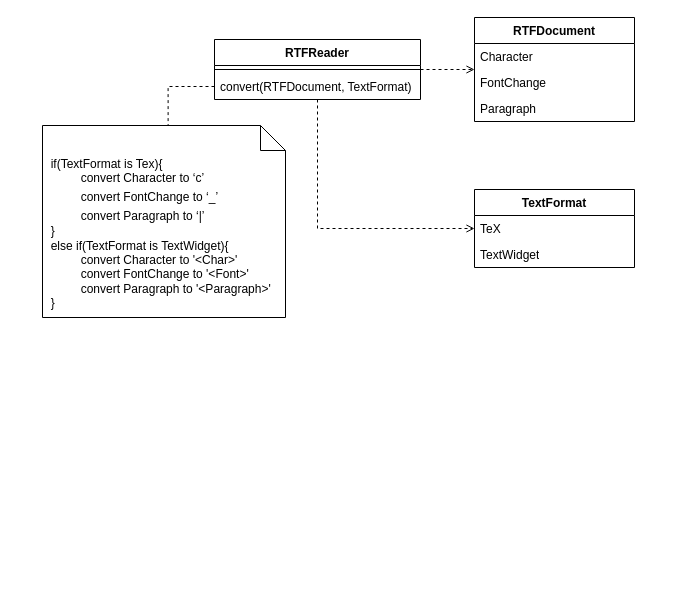
The draw.io diagram page "initialDesign" (1 of 2) of HW2 RTFConverter.drawio in Janette-Hua/111-1-Software-Engineering-Design, before the edit. Source tidied: cells renumbered, new cells numbered last; positions are measured from the earlier drawing's top-left corner, leaving out a move shared by most shapes. Both pictures are drawn from the tidied source at 100%, with x=0, y=0 at pixel (42, 17).
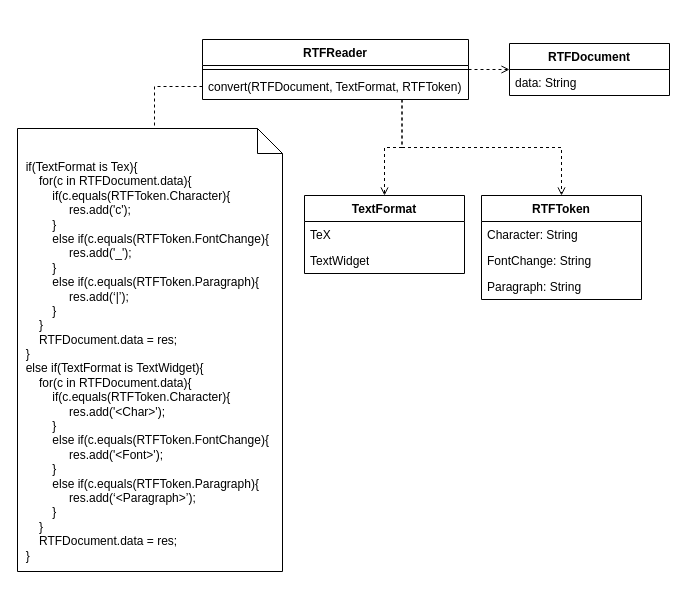
After the change.

Change to the diagram source:
```diff
@@
 <mxGraphModel>
   <root>
     <mxCell id="0" />
     <mxCell id="1" parent="0" />
     <mxCell id="2" style="edgeStyle=orthogonalEdgeStyle;rounded=0;jettySize=auto;html=1;exitX=1;exitY=0.5;exitDx=0;exitDy=0;entryX=0;entryY=0.5;entryDx=0;entryDy=0;dashed=1;endArrow=open;endFill=0;" parent="1" edge="1" source="5" target="8">
       <mxGeometry relative="1" as="geometry" />
     </mxCell>
-    <mxCell id="3" style="edgeStyle=orthogonalEdgeStyle;rounded=0;jettySize=auto;html=1;exitX=0.5;exitY=1;exitDx=0;exitDy=0;entryX=0;entryY=0.5;entryDx=0;entryDy=0;dashed=1;endArrow=open;endFill=0;" parent="1" edge="1" source="5" target="12">
-      <mxGeometry relative="1" as="geometry" />
-    </mxCell>
-    <mxCell id="4" style="edgeStyle=orthogonalEdgeStyle;rounded=0;jettySize=auto;html=1;exitX=0;exitY=0.5;exitDx=0;exitDy=0;dashed=1;endArrow=none;endFill=0;entryX=0.517;entryY=0.023;entryDx=0;entryDy=0;entryPerimeter=0;" parent="1" edge="1" source="7" target="15">
+    <mxCell id="4" style="edgeStyle=orthogonalEdgeStyle;rounded=0;jettySize=auto;html=1;exitX=0;exitY=0.5;exitDx=0;exitDy=0;dashed=1;endArrow=none;endFill=0;entryX=0.517;entryY=0.023;entryDx=0;entryDy=0;entryPerimeter=0;" parent="1" edge="1" source="22" target="15">
       <mxGeometry relative="1" as="geometry" />
     </mxCell>
-    <mxCell id="5" value="RTFReader" style="swimlane;fontStyle=1;align=center;verticalAlign=top;horizontal=1;startSize=26;whiteSpace=wrap;html=1;" parent="1" vertex="1">
-      <mxGeometry x="172" y="22" width="206" height="60" as="geometry" />
-    </mxCell>
-    <mxCell id="6" style="line;strokeWidth=1;fillColor=none;align=left;verticalAlign=middle;spacingTop=-1;spacingLeft=3;spacingRight=3;labelPosition=right;strokeColor=inherit;" parent="5" vertex="1">
-      <mxGeometry y="26" width="206" height="8" as="geometry" />
-    </mxCell>
-    <mxCell id="7" value="convert(RTFDocument, TextFormat)" style="text;strokeColor=none;fillColor=none;align=left;verticalAlign=top;spacingLeft=4;spacingRight=4;overflow=hidden;points=[[0,0.5],[1,0.5]];portConstraint=eastwest;whiteSpace=wrap;html=1;" parent="5" vertex="1">
-      <mxGeometry y="34" width="206" height="26" as="geometry" />
-    </mxCell>
     <mxCell id="8" value="RTFDocument" style="swimlane;fontStyle=1;align=center;verticalAlign=top;horizontal=1;startSize=26;whiteSpace=wrap;html=1;" parent="1" vertex="1">
-      <mxGeometry x="432" width="160" height="104" as="geometry" />
+      <mxGeometry x="467" y="26" width="160" height="52" as="geometry" />
     </mxCell>
-    <mxCell id="9" value="Character" style="text;strokeColor=none;fillColor=none;align=left;verticalAlign=top;spacingLeft=4;spacingRight=4;overflow=hidden;whiteSpace=wrap;html=1;" parent="8" vertex="1">
+    <mxCell id="9" value="data: String" style="text;strokeColor=none;fillColor=none;align=left;verticalAlign=top;spacingLeft=4;spacingRight=4;overflow=hidden;whiteSpace=wrap;html=1;" parent="8" vertex="1">
       <mxGeometry y="26" width="160" height="26" as="geometry" />
     </mxCell>
-    <mxCell id="10" value="FontChange" style="text;strokeColor=none;fillColor=none;align=left;verticalAlign=top;spacingLeft=4;spacingRight=4;overflow=hidden;whiteSpace=wrap;html=1;" parent="8" vertex="1">
-      <mxGeometry y="52" width="160" height="26" as="geometry" />
-    </mxCell>
-    <mxCell id="11" value="Paragraph" style="text;strokeColor=none;fillColor=none;align=left;verticalAlign=top;spacingLeft=4;spacingRight=4;overflow=hidden;whiteSpace=wrap;html=1;" parent="8" vertex="1">
-      <mxGeometry y="78" width="160" height="26" as="geometry" />
-    </mxCell>
     <mxCell id="12" value="TextFormat" style="swimlane;fontStyle=1;align=center;verticalAlign=top;horizontal=1;startSize=26;whiteSpace=wrap;html=1;" parent="1" vertex="1">
-      <mxGeometry x="432" y="172" width="160" height="78" as="geometry" />
+      <mxGeometry x="262" y="178" width="160" height="78" as="geometry" />
     </mxCell>
     <mxCell id="13" value="TeX" style="text;strokeColor=none;fillColor=none;align=left;verticalAlign=top;spacingLeft=4;spacingRight=4;overflow=hidden;whiteSpace=wrap;html=1;" parent="12" vertex="1">
       <mxGeometry y="26" width="160" height="26" as="geometry" />
     </mxCell>
     <mxCell id="14" value="TextWidget" style="text;strokeColor=none;fillColor=none;align=left;verticalAlign=top;spacingLeft=4;spacingRight=4;overflow=hidden;whiteSpace=wrap;html=1;" parent="12" vertex="1">
       <mxGeometry y="52" width="160" height="26" as="geometry" />
     </mxCell>
-    <mxCell id="15" value="&amp;nbsp; if(TextFormat is Tex){&lt;br&gt;&amp;nbsp; &amp;nbsp; &amp;nbsp; &amp;nbsp; &amp;nbsp; &amp;nbsp;convert Character&amp;nbsp;to ‘c’&lt;br&gt;&lt;span style=&quot;font-size: medium;&quot;&gt;&lt;/span&gt;&amp;nbsp; &amp;nbsp; &amp;nbsp; &amp;nbsp; &amp;nbsp; &amp;nbsp;convert FontChange&amp;nbsp;to ‘_’&lt;br&gt;&lt;span style=&quot;font-size: medium;&quot;&gt;&lt;/span&gt;&amp;nbsp; &amp;nbsp; &amp;nbsp; &amp;nbsp; &amp;nbsp; &amp;nbsp;convert Paragraph&amp;nbsp;to ‘|’&lt;span style=&quot;font-size: medium;&quot;&gt;&lt;/span&gt;&lt;br&gt;&lt;div style=&quot;&quot;&gt;&amp;nbsp; }&lt;/div&gt;&lt;div style=&quot;&quot;&gt;&amp;nbsp; else if(TextFormat is TextWidget){&lt;/div&gt;&lt;div style=&quot;&quot;&gt;&amp;nbsp; &amp;nbsp; &amp;nbsp; &amp;nbsp; &amp;nbsp; &amp;nbsp;convert Character&amp;nbsp;to '&amp;lt;Char&amp;gt;'&lt;/div&gt;&amp;nbsp; &amp;nbsp; &amp;nbsp; &amp;nbsp; &amp;nbsp; &amp;nbsp;convert FontChange&amp;nbsp;to '&amp;lt;Font&amp;gt;'&lt;br&gt;&amp;nbsp; &amp;nbsp; &amp;nbsp; &amp;nbsp; &amp;nbsp; &amp;nbsp;convert Paragraph&amp;nbsp;to '&amp;lt;Paragraph&amp;gt;'&lt;br&gt;&lt;span style=&quot;font-size: medium;&quot;&gt;&lt;/span&gt;&lt;div style=&quot;&quot;&gt;&amp;nbsp; }&lt;/div&gt;" style="shape=note2;boundedLbl=1;whiteSpace=wrap;html=1;size=25;verticalAlign=top;align=left;" parent="1" vertex="1">
-      <mxGeometry y="108" width="243" height="192" as="geometry" />
+    <mxCell id="15" value="&amp;nbsp; if(TextFormat is Tex){&lt;br&gt;&amp;nbsp; &amp;nbsp; &amp;nbsp;&amp;nbsp;for(c in RTFDocument.data){&lt;br style=&quot;border-color: var(--border-color);&quot;&gt;&amp;nbsp; &amp;nbsp; &amp;nbsp; &amp;nbsp; &amp;nbsp; if(c.equals(RTFToken.Character){&lt;br style=&quot;border-color: var(--border-color);&quot;&gt;&amp;nbsp; &amp;nbsp; &amp;nbsp; &amp;nbsp; &amp;nbsp; &amp;nbsp; &amp;nbsp; &amp;nbsp;res.add('c');&lt;br style=&quot;border-color: var(--border-color);&quot;&gt;&amp;nbsp; &amp;nbsp; &amp;nbsp; &amp;nbsp; &amp;nbsp; }&lt;br style=&quot;border-color: var(--border-color);&quot;&gt;&amp;nbsp; &amp;nbsp; &amp;nbsp; &amp;nbsp; &amp;nbsp; else if(c.equals(RTFToken.FontChange){&lt;br style=&quot;border-color: var(--border-color);&quot;&gt;&amp;nbsp; &amp;nbsp; &amp;nbsp; &amp;nbsp; &amp;nbsp; &amp;nbsp; &amp;nbsp; &amp;nbsp;res.add('_');&lt;br style=&quot;border-color: var(--border-color);&quot;&gt;&amp;nbsp; &amp;nbsp; &amp;nbsp; &amp;nbsp; &amp;nbsp; }&lt;br style=&quot;border-color: var(--border-color);&quot;&gt;&amp;nbsp; &amp;nbsp; &amp;nbsp; &amp;nbsp; &amp;nbsp; else if(c.equals(RTFToken.Paragraph){&lt;br style=&quot;border-color: var(--border-color);&quot;&gt;&amp;nbsp; &amp;nbsp; &amp;nbsp; &amp;nbsp; &amp;nbsp; &amp;nbsp; &amp;nbsp; &amp;nbsp;res.add(‘|’);&lt;br style=&quot;border-color: var(--border-color);&quot;&gt;&amp;nbsp; &amp;nbsp; &amp;nbsp; &amp;nbsp; &amp;nbsp; }&lt;br&gt;&lt;div style=&quot;&quot;&gt;&amp;nbsp; &amp;nbsp; &amp;nbsp; }&lt;/div&gt;&lt;div style=&quot;&quot;&gt;&amp;nbsp; &amp;nbsp; &amp;nbsp; RTFDocument.data = res;&lt;/div&gt;&lt;div style=&quot;&quot;&gt;&amp;nbsp; }&lt;/div&gt;&lt;div style=&quot;&quot;&gt;&amp;nbsp; else if(TextFormat is TextWidget){&lt;/div&gt;&lt;div style=&quot;&quot;&gt;&amp;nbsp; &amp;nbsp; &amp;nbsp; for(c in RTFDocument.data){&lt;br style=&quot;border-color: var(--border-color);&quot;&gt;&amp;nbsp; &amp;nbsp; &amp;nbsp; &amp;nbsp; &amp;nbsp; if(c.equals(RTFToken.Character){&lt;br style=&quot;border-color: var(--border-color);&quot;&gt;&amp;nbsp; &amp;nbsp; &amp;nbsp; &amp;nbsp; &amp;nbsp; &amp;nbsp; &amp;nbsp; &amp;nbsp;res.add('&amp;lt;Char&amp;gt;');&lt;br style=&quot;border-color: var(--border-color);&quot;&gt;&amp;nbsp; &amp;nbsp; &amp;nbsp; &amp;nbsp; &amp;nbsp; }&lt;br style=&quot;border-color: var(--border-color);&quot;&gt;&amp;nbsp; &amp;nbsp; &amp;nbsp; &amp;nbsp; &amp;nbsp; else if(c.equals(RTFToken.FontChange){&lt;br style=&quot;border-color: var(--border-color);&quot;&gt;&amp;nbsp; &amp;nbsp; &amp;nbsp; &amp;nbsp; &amp;nbsp; &amp;nbsp; &amp;nbsp; &amp;nbsp;res.add('&amp;lt;Font&amp;gt;');&lt;br style=&quot;border-color: var(--border-color);&quot;&gt;&amp;nbsp; &amp;nbsp; &amp;nbsp; &amp;nbsp; &amp;nbsp; }&lt;br style=&quot;border-color: var(--border-color);&quot;&gt;&amp;nbsp; &amp;nbsp; &amp;nbsp; &amp;nbsp; &amp;nbsp; else if(c.equals(RTFToken.Paragraph){&lt;br style=&quot;border-color: var(--border-color);&quot;&gt;&amp;nbsp; &amp;nbsp; &amp;nbsp; &amp;nbsp; &amp;nbsp; &amp;nbsp; &amp;nbsp; &amp;nbsp;res.add(‘&amp;lt;Paragraph&amp;gt;’);&lt;br style=&quot;border-color: var(--border-color);&quot;&gt;&amp;nbsp; &amp;nbsp; &amp;nbsp; &amp;nbsp; &amp;nbsp; }&lt;br style=&quot;border-color: var(--border-color);&quot;&gt;&lt;div style=&quot;border-color: var(--border-color);&quot;&gt;&amp;nbsp; &amp;nbsp; &amp;nbsp; }&lt;/div&gt;&lt;div style=&quot;border-color: var(--border-color);&quot;&gt;&amp;nbsp; &amp;nbsp; &amp;nbsp; RTFDocument.data = res;&lt;/div&gt;&lt;/div&gt;&lt;div style=&quot;&quot;&gt;&amp;nbsp; }&lt;/div&gt;" style="shape=note2;boundedLbl=1;whiteSpace=wrap;html=1;size=25;verticalAlign=top;align=left;" parent="1" vertex="1">
+      <mxGeometry x="-25" y="111" width="265" height="443" as="geometry" />
     </mxCell>
+    <mxCell id="16" value="RTFToken" style="swimlane;fontStyle=1;align=center;verticalAlign=top;horizontal=1;startSize=26;whiteSpace=wrap;html=1;" parent="1" vertex="1">
+      <mxGeometry x="439" y="178" width="160" height="104" as="geometry" />
+    </mxCell>
+    <mxCell id="17" value="Character: String" style="text;strokeColor=none;fillColor=none;align=left;verticalAlign=top;spacingLeft=4;spacingRight=4;overflow=hidden;whiteSpace=wrap;html=1;" parent="16" vertex="1">
+      <mxGeometry y="26" width="160" height="26" as="geometry" />
+    </mxCell>
+    <mxCell id="18" value="FontChange: String" style="text;strokeColor=none;fillColor=none;align=left;verticalAlign=top;spacingLeft=4;spacingRight=4;overflow=hidden;whiteSpace=wrap;html=1;" parent="16" vertex="1">
+      <mxGeometry y="52" width="160" height="26" as="geometry" />
+    </mxCell>
+    <mxCell id="19" value="Paragraph: String" style="text;strokeColor=none;fillColor=none;align=left;verticalAlign=top;spacingLeft=4;spacingRight=4;overflow=hidden;whiteSpace=wrap;html=1;" parent="16" vertex="1">
+      <mxGeometry y="78" width="160" height="26" as="geometry" />
+    </mxCell>
+    <mxCell id="3" style="edgeStyle=orthogonalEdgeStyle;rounded=0;jettySize=auto;html=1;exitX=0.75;exitY=1;exitDx=0;exitDy=0;entryX=0.5;entryY=0;entryDx=0;entryDy=0;dashed=1;endArrow=open;endFill=0;" parent="1" edge="1" source="5" target="12">
+      <mxGeometry relative="1" as="geometry" />
+    </mxCell>
+    <mxCell id="20" style="edgeStyle=orthogonalEdgeStyle;rounded=0;jettySize=auto;html=1;exitX=0.75;exitY=1;exitDx=0;exitDy=0;entryX=0.5;entryY=0;entryDx=0;entryDy=0;dashed=1;endArrow=open;endFill=0;" parent="1" edge="1" source="5" target="16">
+      <mxGeometry relative="1" as="geometry" />
+    </mxCell>
+    <mxCell id="5" value="RTFReader" style="swimlane;fontStyle=1;align=center;verticalAlign=top;horizontal=1;startSize=26;whiteSpace=wrap;html=1;" parent="1" vertex="1">
+      <mxGeometry x="160" y="22" width="266" height="60" as="geometry" />
+    </mxCell>
+    <mxCell id="21" style="line;strokeWidth=1;fillColor=none;align=left;verticalAlign=middle;spacingTop=-1;spacingLeft=3;spacingRight=3;labelPosition=right;strokeColor=inherit;" parent="5" vertex="1">
+      <mxGeometry y="26" width="266" height="8" as="geometry" />
+    </mxCell>
+    <mxCell id="22" value="convert(RTFDocument, TextFormat, RTFToken)" style="text;strokeColor=none;fillColor=none;align=left;verticalAlign=top;spacingLeft=4;spacingRight=4;overflow=hidden;points=[[0,0.5],[1,0.5]];portConstraint=eastwest;whiteSpace=wrap;html=1;" parent="5" vertex="1">
+      <mxGeometry y="34" width="266" height="26" as="geometry" />
+    </mxCell>
   </root>
 </mxGraphModel>
```
